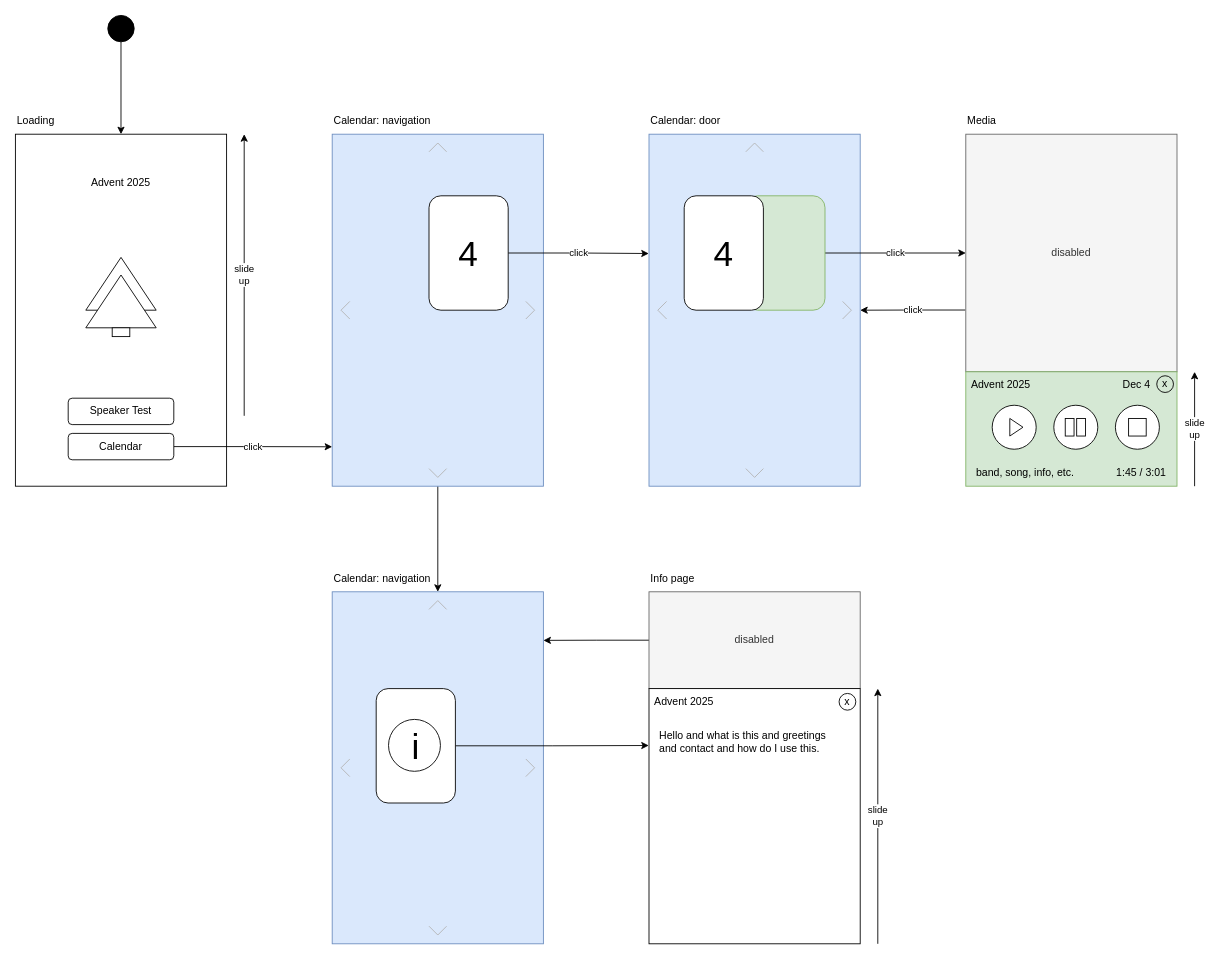
Before: page "screen flow" (1 of 4) of docs/diagrams.drawio in mdumke/xmasmisfits, a draw.io diagram. Source tidied: cells renumbered, new cells numbered last; positions are measured from the earlier drawing's top-left corner, leaving out a move shared by most shapes. Both pictures are drawn from the tidied source at 88%, with x=0, y=0 at pixel (15, 15).
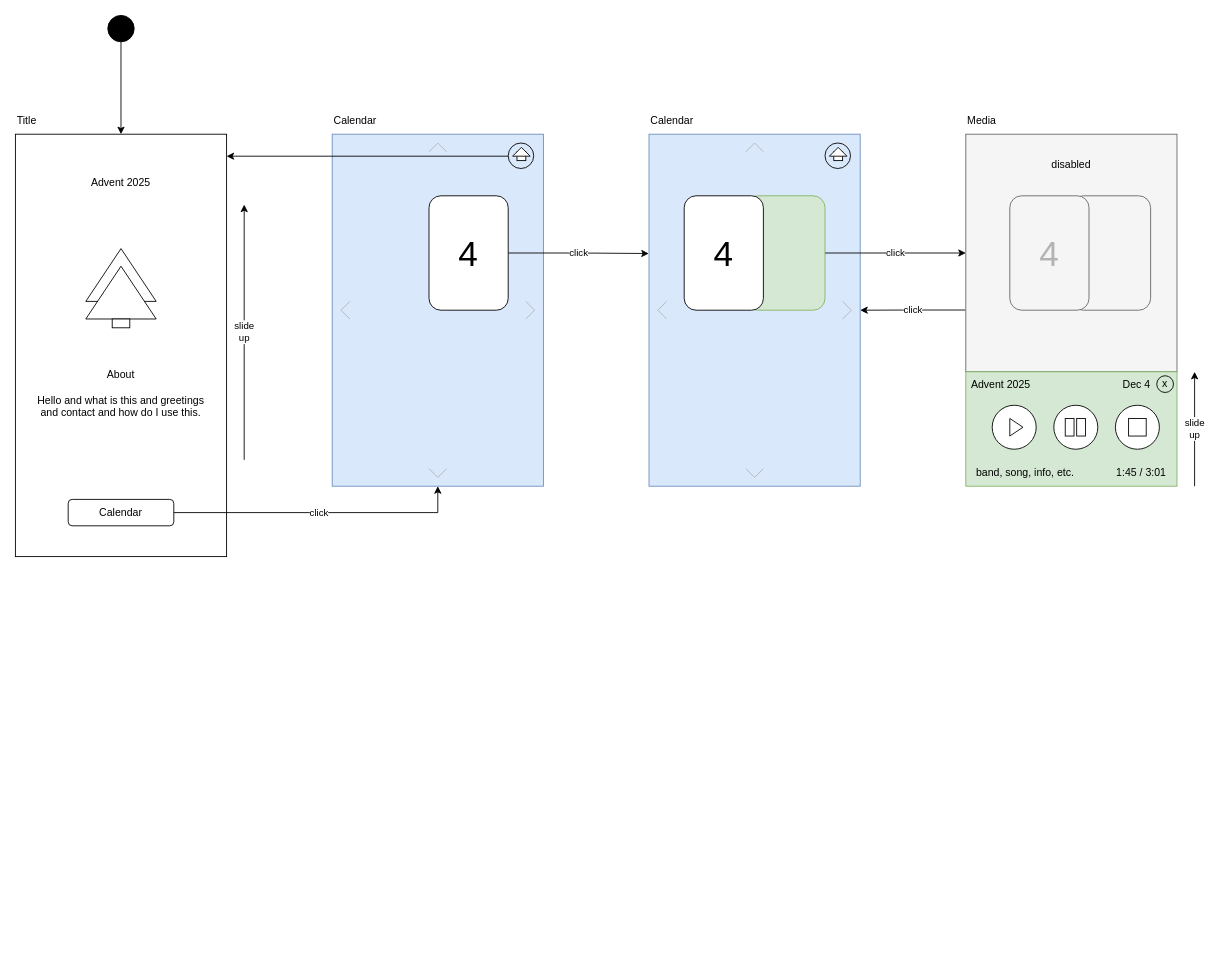
After the change.

Unchanged cells that the change refers to:
```xml
<mxCell id="3" style="rounded=0;whiteSpace=wrap;html=1;fillColor=#dae8fc;strokeColor=#6c8ebf;" parent="1" vertex="1">
  <mxGeometry x="360" y="135" width="240" height="400" as="geometry" />
</mxCell>
<mxCell id="30" style="ellipse;fillColor=strokeColor;" parent="1" vertex="1">
  <mxGeometry x="105" width="30" height="30" as="geometry" />
</mxCell>
```

Diff of the diagram source:
```diff
@@
-    <mxCell id="2" style="edgeStyle=orthogonalEdgeStyle;rounded=0;jettySize=auto;html=1;exitX=0.5;exitY=1;exitDx=0;exitDy=0;entryX=1;entryY=1;entryDx=0;entryDy=0;" parent="1" edge="1" source="3" target="52">
-      <mxGeometry relative="1" as="geometry">
-        <Array as="points">
-          <mxPoint x="480" y="595" />
-          <mxPoint x="480" y="595" />
-        </Array>
-      </mxGeometry>
-    </mxCell>
@@
-    <mxCell id="6" style="rounded=0;whiteSpace=wrap;html=1;" parent="1" vertex="1">
-      <mxGeometry y="135" width="240" height="400" as="geometry" />
-    </mxCell>
-    <mxCell id="7" value="Loading" style="text;html=1;strokeColor=none;fillColor=none;align=left;verticalAlign=middle;whiteSpace=wrap;rounded=0;" parent="1" vertex="1">
-      <mxGeometry y="105" width="120" height="30" as="geometry" />
-    </mxCell>
-    <mxCell id="8" value="Calendar: navigation" style="text;html=1;strokeColor=none;fillColor=none;align=left;verticalAlign=middle;whiteSpace=wrap;rounded=0;" parent="1" vertex="1">
+    <mxCell id="8" value="Calendar" style="text;html=1;strokeColor=none;fillColor=none;align=left;verticalAlign=middle;whiteSpace=wrap;rounded=0;" parent="1" vertex="1">
       <mxGeometry x="360" y="105" width="120" height="30" as="geometry" />
     </mxCell>
-    <mxCell id="9" value="Advent 2025" style="text;html=1;strokeColor=none;fillColor=none;align=center;verticalAlign=middle;whiteSpace=wrap;rounded=0;" parent="1" vertex="1">
-      <mxGeometry y="175" width="240" height="30" as="geometry" />
-    </mxCell>
-    <mxCell id="10" style="triangle;whiteSpace=wrap;html=1;rotation=-90;" parent="1" vertex="1">
-      <mxGeometry x="90" y="265" width="60" height="80" as="geometry" />
-    </mxCell>
-    <mxCell id="11" style="triangle;whiteSpace=wrap;html=1;rotation=-90;" parent="1" vertex="1">
-      <mxGeometry x="90" y="285" width="60" height="80" as="geometry" />
-    </mxCell>
-    <mxCell id="12" style="rounded=0;whiteSpace=wrap;html=1;" parent="1" vertex="1">
-      <mxGeometry x="110" y="355" width="20" height="10" as="geometry" />
-    </mxCell>
-    <mxCell id="13" value="Speaker Test" style="rounded=1;whiteSpace=wrap;html=1;" parent="1" vertex="1">
-      <mxGeometry x="60" y="435" width="120" height="30" as="geometry" />
-    </mxCell>
-    <mxCell id="14" value="click" style="edgeStyle=orthogonalEdgeStyle;rounded=0;jettySize=auto;html=1;exitX=1;exitY=0.5;exitDx=0;exitDy=0;entryX=0;entryY=0.888;entryDx=0;entryDy=0;entryPerimeter=0;" parent="1" edge="1" source="15" target="3">
-      <mxGeometry relative="1" as="geometry" />
-    </mxCell>
-    <mxCell id="15" value="Calendar" style="rounded=1;whiteSpace=wrap;html=1;align=center;" parent="1" vertex="1">
-      <mxGeometry x="60" y="475" width="120" height="30" as="geometry" />
-    </mxCell>
@@
-    <mxCell id="23" value="Calendar: door" style="text;html=1;strokeColor=none;fillColor=none;align=left;verticalAlign=middle;whiteSpace=wrap;rounded=0;" parent="1" vertex="1">
+    <mxCell id="23" value="Calendar" style="text;html=1;strokeColor=none;fillColor=none;align=left;verticalAlign=middle;whiteSpace=wrap;rounded=0;" parent="1" vertex="1">
       <mxGeometry x="720" y="105" width="120" height="30" as="geometry" />
     </mxCell>
@@
-    <mxCell id="29" style="edgeStyle=orthogonalEdgeStyle;rounded=0;jettySize=auto;html=1;strokeColor=#000000;" parent="1" edge="1" source="30" target="6">
-      <mxGeometry relative="1" as="geometry" />
+    <mxCell id="29" style="edgeStyle=orthogonalEdgeStyle;rounded=0;jettySize=auto;html=1;strokeColor=#000000;" parent="1" edge="1" source="30">
+      <mxGeometry relative="1" as="geometry">
+        <mxPoint x="120" y="135" as="targetPoint" />
+      </mxGeometry>
     </mxCell>
@@
-    <mxCell id="49" style="rounded=0;whiteSpace=wrap;html=1;fillColor=#dae8fc;strokeColor=#6c8ebf;" parent="1" vertex="1">
-      <mxGeometry x="360" y="655" width="240" height="400" as="geometry" />
-    </mxCell>
-    <mxCell id="50" style="edgeStyle=orthogonalEdgeStyle;rounded=0;jettySize=auto;html=1;exitX=1;exitY=0.5;exitDx=0;exitDy=0;entryX=-0.001;entryY=0.223;entryDx=0;entryDy=0;entryPerimeter=0;" parent="1" edge="1" source="51" target="60">
-      <mxGeometry relative="1" as="geometry" />
-    </mxCell>
-    <mxCell id="51" value="i" style="rounded=1;whiteSpace=wrap;html=1;fontSize=40;" parent="1" vertex="1">
-      <mxGeometry x="410" y="765" width="90" height="130" as="geometry" />
-    </mxCell>
-    <mxCell id="52" value="Calendar: navigation" style="text;html=1;strokeColor=none;fillColor=none;align=left;verticalAlign=middle;whiteSpace=wrap;rounded=0;" parent="1" vertex="1">
-      <mxGeometry x="360" y="625" width="120" height="30" as="geometry" />
-    </mxCell>
-    <mxCell id="53" style="endArrow=none;html=1;rounded=0;strokeColor=#B3B3B3;" parent="1" edge="1">
-      <mxGeometry relative="1" as="geometry">
-        <mxPoint x="470" y="675" as="sourcePoint" />
-        <mxPoint x="490" y="675" as="targetPoint" />
-        <Array as="points">
-          <mxPoint x="480" y="665" />
-        </Array>
-      </mxGeometry>
-    </mxCell>
-    <mxCell id="54" style="endArrow=none;html=1;rounded=0;strokeColor=#B3B3B3;" parent="1" edge="1">
-      <mxGeometry relative="1" as="geometry">
-        <mxPoint x="470" y="1035" as="sourcePoint" />
-        <mxPoint x="490" y="1035" as="targetPoint" />
-        <Array as="points">
-          <mxPoint x="480" y="1045" />
-        </Array>
-      </mxGeometry>
-    </mxCell>
-    <mxCell id="55" style="endArrow=none;html=1;rounded=0;strokeColor=#B3B3B3;" parent="1" edge="1">
-      <mxGeometry relative="1" as="geometry">
-        <mxPoint x="580" y="845" as="sourcePoint" />
-        <mxPoint x="580" y="865" as="targetPoint" />
-        <Array as="points">
-          <mxPoint x="590" y="855" />
-        </Array>
-      </mxGeometry>
-    </mxCell>
-    <mxCell id="56" style="endArrow=none;html=1;rounded=0;strokeColor=#B3B3B3;" parent="1" edge="1">
-      <mxGeometry relative="1" as="geometry">
-        <mxPoint x="380" y="845" as="sourcePoint" />
-        <mxPoint x="380" y="865" as="targetPoint" />
-        <Array as="points">
-          <mxPoint x="370" y="855" />
-        </Array>
-      </mxGeometry>
-    </mxCell>
-    <mxCell id="57" style="edgeStyle=orthogonalEdgeStyle;rounded=0;jettySize=auto;html=1;exitX=0;exitY=0.5;exitDx=0;exitDy=0;entryX=1;entryY=0.138;entryDx=0;entryDy=0;entryPerimeter=0;" parent="1" edge="1" source="58" target="49">
-      <mxGeometry relative="1" as="geometry" />
-    </mxCell>
+    <mxCell id="65" value="x" style="ellipse;whiteSpace=wrap;html=1;fillStyle=solid;fillColor=none;" parent="1" vertex="1">
+      <mxGeometry x="1297" y="409.5" width="19" height="19" as="geometry" />
+    </mxCell>
+    <mxCell id="67" value="slide&lt;br&gt;up" style="endArrow=classic;html=1;rounded=0;" parent="1" edge="1">
+      <mxGeometry relative="1" as="geometry">
+        <mxPoint x="1340" y="535" as="sourcePoint" />
+        <mxPoint x="1340" y="405" as="targetPoint" />
+      </mxGeometry>
+    </mxCell>
+    <mxCell id="69" style="edgeStyle=orthogonalEdgeStyle;rounded=0;jettySize=auto;html=1;exitX=0;exitY=0.5;exitDx=0;exitDy=0;fontSize=12;" parent="1" edge="1" source="71">
+      <mxGeometry relative="1" as="geometry">
+        <mxPoint x="240" y="160" as="targetPoint" />
+        <Array as="points">
+          <mxPoint x="241" y="160" />
+        </Array>
+      </mxGeometry>
+    </mxCell>
+    <mxCell id="70" style="group;" parent="1" vertex="1">
+      <mxGeometry x="560" y="145" width="29" height="29" as="geometry" />
+    </mxCell>
+    <mxCell id="71" style="ellipse;whiteSpace=wrap;html=1;fillStyle=solid;fillColor=none;" parent="70" vertex="1">
+      <mxGeometry width="29" height="29" as="geometry" />
+    </mxCell>
+    <mxCell id="72" style="rounded=0;whiteSpace=wrap;html=1;fontSize=12;" parent="70" vertex="1">
+      <mxGeometry x="10" y="10" width="10" height="10" as="geometry" />
+    </mxCell>
+    <mxCell id="73" style="triangle;whiteSpace=wrap;html=1;fontSize=12;rotation=-90;" parent="70" vertex="1">
+      <mxGeometry x="10" width="10" height="20" as="geometry" />
+    </mxCell>
+    <mxCell id="74" style="rounded=0;whiteSpace=wrap;html=1;" parent="1" vertex="1">
+      <mxGeometry y="135" width="240" height="480" as="geometry" />
+    </mxCell>
+    <mxCell id="75" value="Title" style="text;html=1;strokeColor=none;fillColor=none;align=left;verticalAlign=middle;whiteSpace=wrap;rounded=0;" parent="1" vertex="1">
+      <mxGeometry y="105" width="120" height="30" as="geometry" />
+    </mxCell>
+    <mxCell id="9" value="Advent 2025" style="text;html=1;strokeColor=none;fillColor=none;align=center;verticalAlign=middle;whiteSpace=wrap;rounded=0;" parent="1" vertex="1">
+      <mxGeometry y="175" width="240" height="30" as="geometry" />
+    </mxCell>
+    <mxCell id="76" style="triangle;whiteSpace=wrap;html=1;rotation=-90;" parent="1" vertex="1">
+      <mxGeometry x="90" y="255" width="60" height="80" as="geometry" />
+    </mxCell>
+    <mxCell id="77" style="triangle;whiteSpace=wrap;html=1;rotation=-90;" parent="1" vertex="1">
+      <mxGeometry x="90" y="275" width="60" height="80" as="geometry" />
+    </mxCell>
+    <mxCell id="78" style="rounded=0;whiteSpace=wrap;html=1;" parent="1" vertex="1">
+      <mxGeometry x="110" y="345" width="20" height="10" as="geometry" />
+    </mxCell>
+    <mxCell id="15" value="Calendar" style="rounded=1;whiteSpace=wrap;html=1;align=center;" parent="1" vertex="1">
+      <mxGeometry x="60" y="550" width="120" height="30" as="geometry" />
+    </mxCell>
+    <mxCell id="79" value="slide&lt;br&gt;up" style="endArrow=classic;html=1;rounded=0;" parent="1" edge="1">
+      <mxGeometry relative="1" as="geometry">
+        <mxPoint x="260" y="505" as="sourcePoint" />
+        <mxPoint x="260" y="215" as="targetPoint" />
+      </mxGeometry>
+    </mxCell>
+    <mxCell id="80" value="About&lt;br&gt;&lt;br&gt;Hello and what is this and greetings&lt;br&gt;and contact and how do I use this." style="text;html=1;strokeColor=none;fillColor=none;align=center;verticalAlign=top;whiteSpace=wrap;rounded=0;fillStyle=solid;" parent="1" vertex="1">
+      <mxGeometry x="10" y="395" width="220" height="130" as="geometry" />
+    </mxCell>
+    <mxCell id="14" value="click" style="edgeStyle=orthogonalEdgeStyle;rounded=0;jettySize=auto;html=1;entryX=0.5;entryY=1;entryDx=0;entryDy=0;" parent="1" edge="1" target="3">
+      <mxGeometry relative="1" as="geometry">
+        <mxPoint x="180" y="565" as="sourcePoint" />
+        <Array as="points">
+          <mxPoint x="180" y="565" />
+          <mxPoint x="480" y="565" />
+        </Array>
+      </mxGeometry>
+    </mxCell>
+    <mxCell id="81" style="group;" parent="1" vertex="1">
+      <mxGeometry x="920" y="145" width="29" height="29" as="geometry" />
+    </mxCell>
+    <mxCell id="82" style="ellipse;whiteSpace=wrap;html=1;fillStyle=solid;fillColor=none;" parent="81" vertex="1">
+      <mxGeometry width="29" height="29" as="geometry" />
+    </mxCell>
+    <mxCell id="83" style="rounded=0;whiteSpace=wrap;html=1;fontSize=12;" parent="81" vertex="1">
+      <mxGeometry x="10" y="10" width="10" height="10" as="geometry" />
+    </mxCell>
+    <mxCell id="84" style="triangle;whiteSpace=wrap;html=1;fontSize=12;rotation=-90;" parent="81" vertex="1">
+      <mxGeometry x="10" width="10" height="20" as="geometry" />
+    </mxCell>
+    <mxCell id="85" style="rounded=1;whiteSpace=wrap;html=1;fontSize=40;fillColor=#f5f5f5;strokeColor=#666666;fontColor=#333333;" parent="1" vertex="1">
+      <mxGeometry x="1200" y="205" width="90" height="130" as="geometry" />
+    </mxCell>
+    <mxCell id="86" value="&lt;font color=&quot;#b3b3b3&quot;&gt;4&lt;/font&gt;" style="rounded=1;whiteSpace=wrap;html=1;fontSize=40;fillColor=#f5f5f5;fontColor=#333333;strokeColor=#666666;" parent="1" vertex="1">
+      <mxGeometry x="1130" y="205" width="90" height="130" as="geometry" />
+    </mxCell>
-    <mxCell id="58" value="disabled" style="rounded=0;whiteSpace=wrap;html=1;fillColor=#f5f5f5;strokeColor=#666666;fontColor=#333333;" parent="1" vertex="1">
-      <mxGeometry x="720" y="655" width="240" height="110" as="geometry" />
+    <mxCell id="58" value="&lt;font color=&quot;#000000&quot;&gt;disabled&lt;/font&gt;" style="text;html=1;strokeColor=none;fillColor=none;align=center;verticalAlign=middle;whiteSpace=wrap;rounded=0;fontColor=#B3B3B3;" parent="1" vertex="1">
+      <mxGeometry x="1170" y="155" width="60" height="30" as="geometry" />
     </mxCell>
-    <mxCell id="59" value="Info page" style="text;html=1;strokeColor=none;fillColor=none;align=left;verticalAlign=middle;whiteSpace=wrap;rounded=0;" parent="1" vertex="1">
-      <mxGeometry x="720" y="625" width="120" height="30" as="geometry" />
-    </mxCell>
-    <mxCell id="60" style="rounded=0;whiteSpace=wrap;html=1;" parent="1" vertex="1">
-      <mxGeometry x="720" y="765" width="240" height="290" as="geometry" />
-    </mxCell>
-    <mxCell id="61" value="Advent 2025" style="text;html=1;strokeColor=none;fillColor=none;align=center;verticalAlign=middle;whiteSpace=wrap;rounded=0;" parent="1" vertex="1">
-      <mxGeometry x="720" y="765" width="80" height="30" as="geometry" />
-    </mxCell>
-    <mxCell id="62" style="ellipse;whiteSpace=wrap;html=1;fillColor=none;" parent="1" vertex="1">
-      <mxGeometry x="424" y="800" width="59" height="59" as="geometry" />
-    </mxCell>
-    <mxCell id="63" value="slide&lt;br&gt;up" style="endArrow=classic;html=1;rounded=0;" parent="1" edge="1">
-      <mxGeometry relative="1" as="geometry">
-        <mxPoint x="260" y="455" as="sourcePoint" />
-        <mxPoint x="260" y="135" as="targetPoint" />
-      </mxGeometry>
-    </mxCell>
-    <mxCell id="64" value="x" style="ellipse;whiteSpace=wrap;html=1;fillStyle=solid;fillColor=none;" parent="1" vertex="1">
-      <mxGeometry x="936" y="770.5" width="19" height="19" as="geometry" />
-    </mxCell>
-    <mxCell id="65" value="x" style="ellipse;whiteSpace=wrap;html=1;fillStyle=solid;fillColor=none;" parent="1" vertex="1">
-      <mxGeometry x="1297" y="409.5" width="19" height="19" as="geometry" />
-    </mxCell>
-    <mxCell id="66" value="Hello and what is this and greetings&lt;br&gt;and contact and how do I use this.&lt;br&gt;" style="text;html=1;strokeColor=none;fillColor=none;align=left;verticalAlign=top;whiteSpace=wrap;rounded=0;fillStyle=solid;" parent="1" vertex="1">
-      <mxGeometry x="730" y="805" width="220" height="240" as="geometry" />
-    </mxCell>
-    <mxCell id="67" value="slide&lt;br&gt;up" style="endArrow=classic;html=1;rounded=0;" parent="1" edge="1">
-      <mxGeometry relative="1" as="geometry">
-        <mxPoint x="1340" y="535" as="sourcePoint" />
-        <mxPoint x="1340" y="405" as="targetPoint" />
-      </mxGeometry>
-    </mxCell>
-    <mxCell id="68" value="slide&lt;br&gt;up" style="endArrow=classic;html=1;rounded=0;" parent="1" edge="1">
-      <mxGeometry relative="1" as="geometry">
-        <mxPoint x="980" y="1055" as="sourcePoint" />
-        <mxPoint x="980" y="765" as="targetPoint" />
-      </mxGeometry>
-    </mxCell>
```
